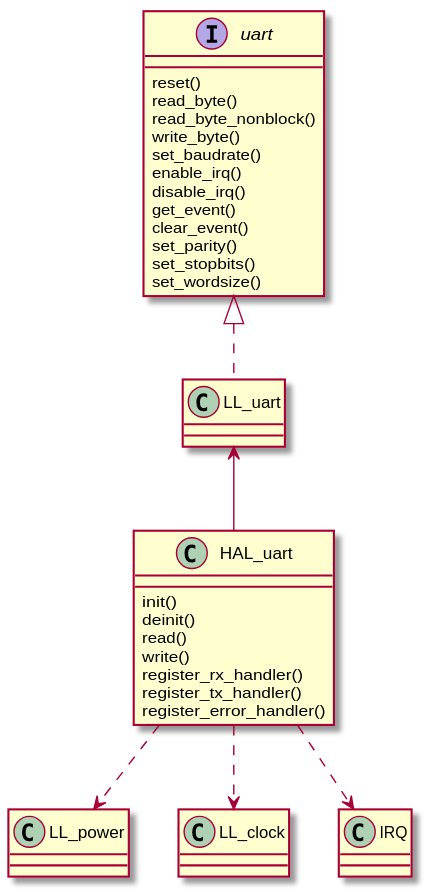
Above: docs/source/assets/images/uart.svg in onkwon/halmcu (PlantUML), before the change.
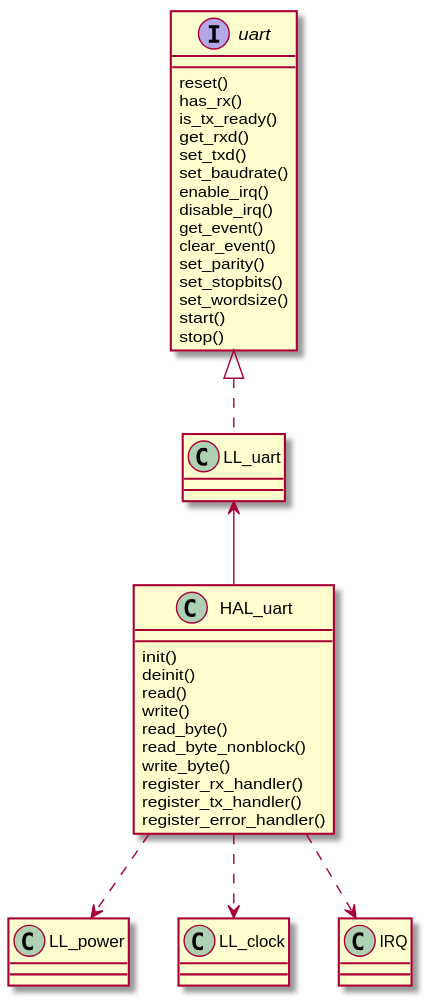
After the change.

Change to the diagram source:
```diff
@@ -1,9 +1,10 @@
 @startuml
 interface uart {
 	reset()
-	read_byte()
-	read_byte_nonblock()
-	write_byte()
+	has_rx()
+	is_tx_ready()
+	get_rxd()
+	set_txd()
 	set_baudrate()
 	enable_irq()
 	disable_irq()
@@ -12,6 +13,8 @@
 	set_parity()
 	set_stopbits()
 	set_wordsize()
+	start()
+	stop()
 }
 
 class LL_uart {
@@ -22,6 +25,9 @@
 	deinit()
 	read()
 	write()
+	read_byte()
+	read_byte_nonblock()
+	write_byte()
 	register_rx_handler()
 	register_tx_handler()
 	register_error_handler()
```
